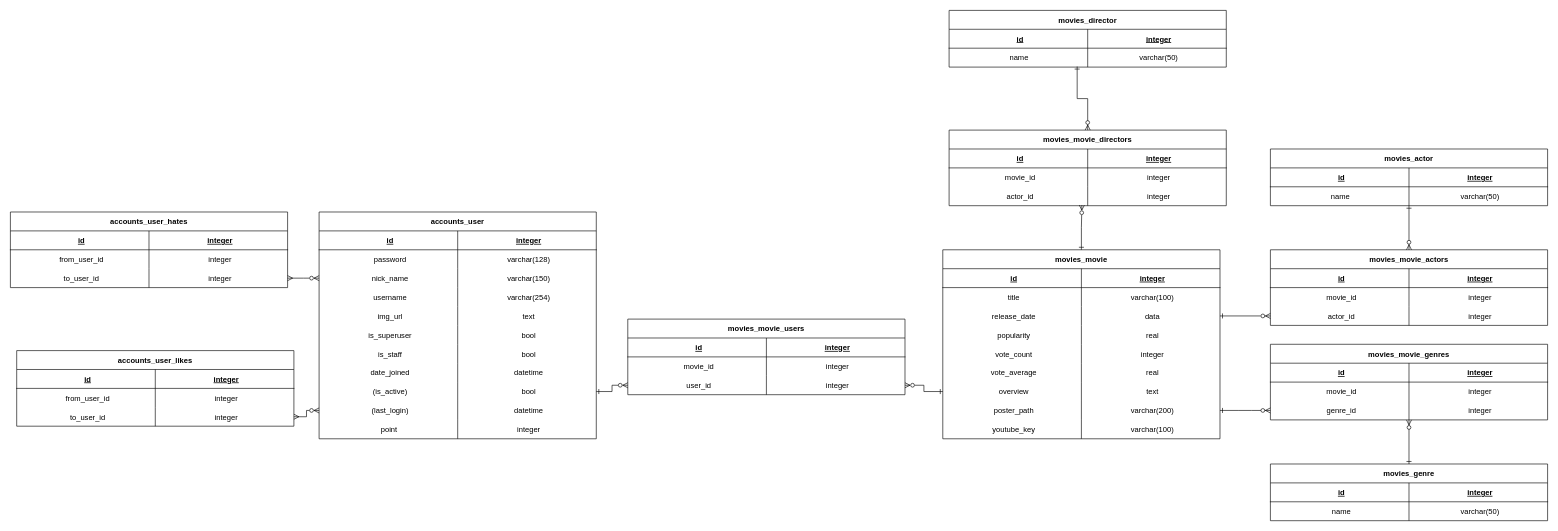
The draw.io diagram 제목 없는 다이어그램.drawio in hwanny7/SSAFY-PROJECT, before the edit. Source tidied: cells renumbered, new cells numbered last; positions are measured from the earlier drawing's top-left corner, leaving out a move shared by most shapes. Both pictures are drawn from the tidied source at 63%, with x=0, y=0 at pixel (10, 10).
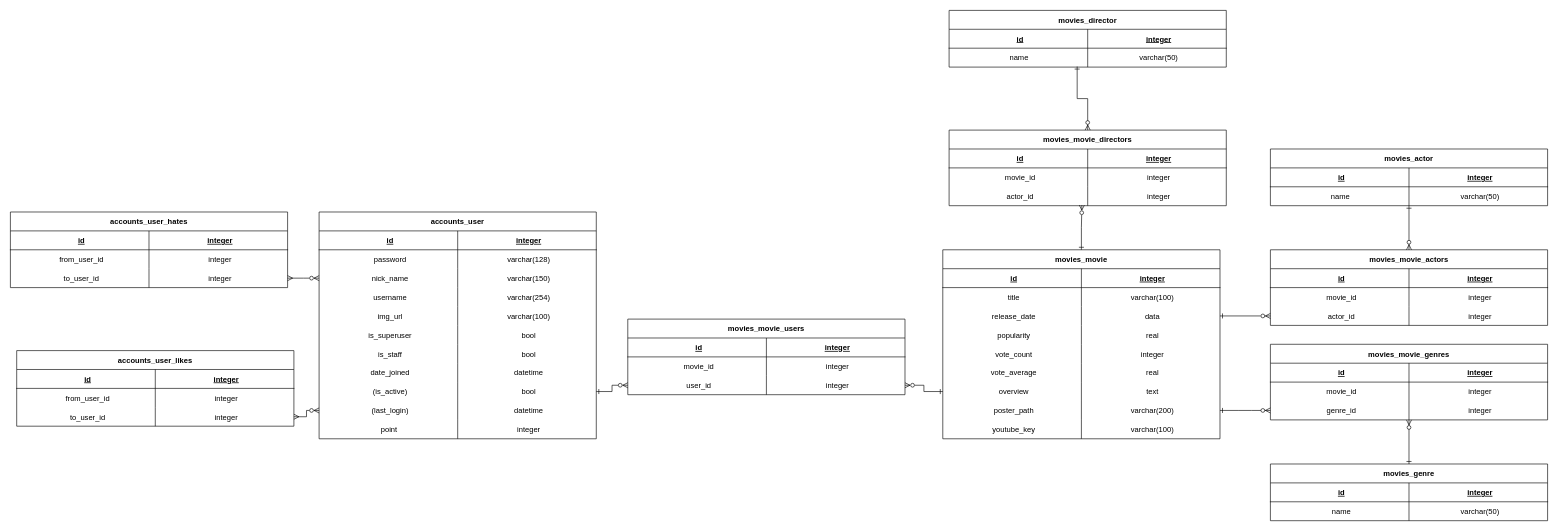
After the change.

Commit message:
제목 없는 다이어그램.drawio 업데이트

Unchanged cells that the change refers to:
```xml
<mxCell id="100" style="shape=partialRectangle;fillColor=none;top=0;left=0;right=0;bottom=0;align=center;" parent="87" vertex="1">
  <mxGeometry y="150" width="440" height="30" as="geometry" />
</mxCell>
```

The edit, as a diff of the source:
```diff
@@
-    <mxCell id="102" value="text" style="shape=partialRectangle;overflow=hidden;fillColor=none;top=0;left=0;bottom=0;right=0;align=center;spacingLeft=6;" parent="100" vertex="1">
+    <mxCell id="102" value="varchar(100)" style="shape=partialRectangle;overflow=hidden;fillColor=none;top=0;left=0;bottom=0;right=0;align=center;spacingLeft=6;" parent="100" vertex="1">
       <mxGeometry x="220" width="220" height="30" as="geometry" />
     </mxCell>
```
